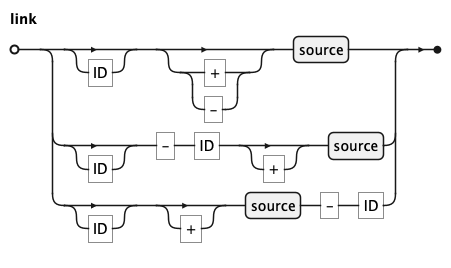
The PlantUML diagram docs/kql/link.png in koryki-java/core, before a commit. Source of this version:
```plantuml
@startebnf
' border and background
skinparam legendBorderColor transparent
skinparam legendBackgroundColor white

'title link

link = ["ID"], [("+" | "-")], source
  | ["ID"], "-", "ID", ["+"], source
  | ["ID"], ["+"], source, "-", "ID"
;

@endebnf
```
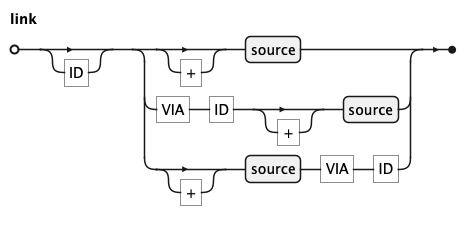
The same diagram one commit later.

The edit, as a diff of the source:
```diff
@@ -5,9 +5,9 @@
 
 'title link
 
-link = ["ID"], [("+" | "-")], source
-  | ["ID"], "-", "ID", ["+"], source
-  | ["ID"], ["+"], source, "-", "ID"
+link = ["ID"], (["+"], source
+  | "VIA", "ID", ["+"], source
+  | ["+"], source, "VIA", "ID")
 ;
 
 @endebnf
```
